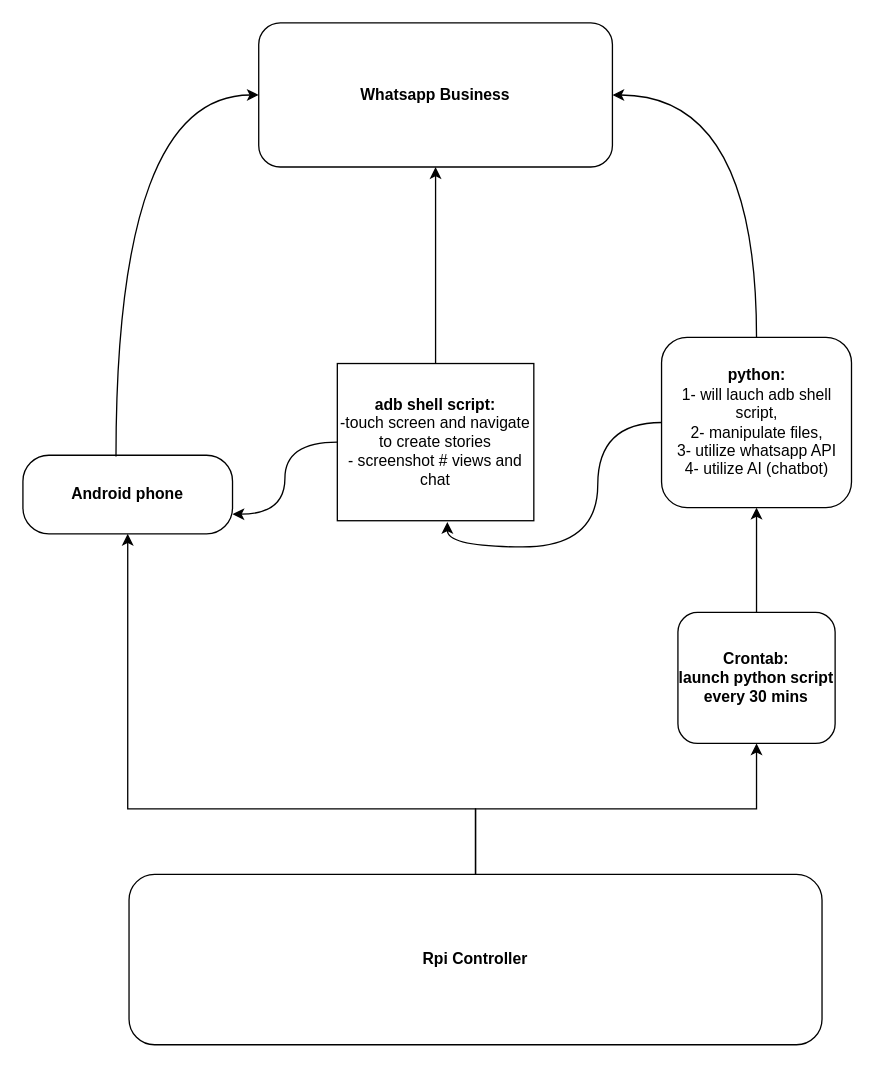
Earlier version of the draw.io diagram page "lvl 0: Overview" (1 of 4) of diagrams.drawio (skillz4real/laughing-guide). Source tidied: cells renumbered, new cells numbered last; positions are measured from the earlier drawing's top-left corner, leaving out a move shared by most shapes. Both pictures are drawn from the tidied source at 131%, with x=0, y=0 at pixel (22, 22).
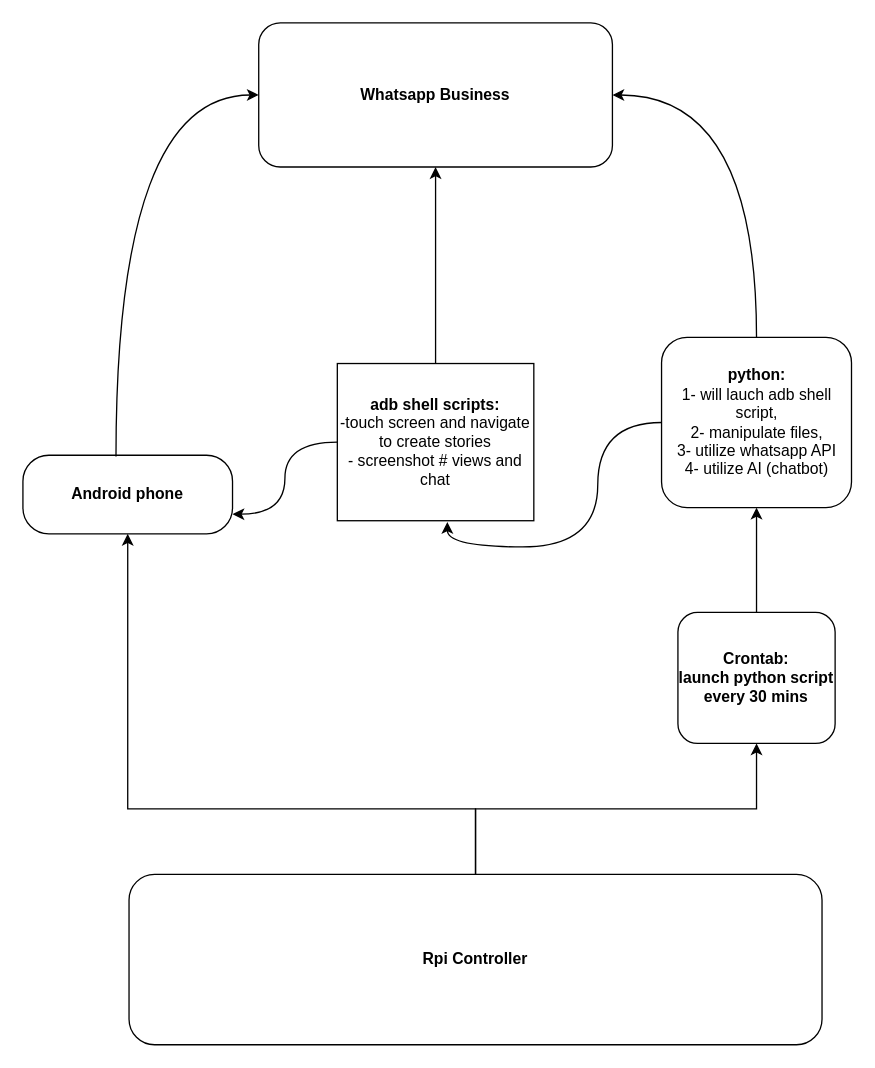
The same page after the edit.

Change to the diagram source:
```diff
@@
 <mxGraphModel>
   <root>
     <mxCell id="0" />
     <mxCell id="1" parent="0" />
     <mxCell id="2" style="edgeStyle=orthogonalEdgeStyle;rounded=0;jettySize=auto;html=1;exitX=0.5;exitY=0;exitDx=0;exitDy=0;" parent="1" edge="1" source="4" target="5">
       <mxGeometry relative="1" as="geometry">
         <Array as="points">
           <mxPoint x="346" y="600" />
           <mxPoint x="80" y="600" />
         </Array>
       </mxGeometry>
     </mxCell>
     <mxCell id="3" style="edgeStyle=orthogonalEdgeStyle;rounded=0;jettySize=auto;html=1;entryX=0.5;entryY=1;entryDx=0;entryDy=0;" parent="1" edge="1" source="4" target="13">
       <mxGeometry relative="1" as="geometry" />
     </mxCell>
     <mxCell id="4" value="&lt;b&gt;Rpi Controller&lt;/b&gt;" style="rounded=1;whiteSpace=wrap;html=1;" parent="1" vertex="1">
       <mxGeometry x="81" y="650" width="529" height="130" as="geometry" />
     </mxCell>
     <mxCell id="5" value="&lt;div&gt;&lt;b&gt;Android phone&lt;/b&gt;&lt;/div&gt;" style="rounded=1;whiteSpace=wrap;html=1;arcSize=33;" parent="1" vertex="1">
       <mxGeometry y="330" width="160" height="60" as="geometry" />
     </mxCell>
     <mxCell id="6" value="&lt;b&gt;Whatsapp Business&lt;/b&gt;" style="rounded=1;whiteSpace=wrap;html=1;" parent="1" vertex="1">
       <mxGeometry x="180" width="270" height="110" as="geometry" />
     </mxCell>
     <mxCell id="7" style="edgeStyle=orthogonalEdgeStyle;curved=1;jettySize=auto;html=1;entryX=0.56;entryY=1.008;entryDx=0;entryDy=0;entryPerimeter=0;" parent="1" edge="1" source="8" target="11">
       <mxGeometry relative="1" as="geometry" />
     </mxCell>
     <mxCell id="8" value="&lt;b&gt;python:&lt;/b&gt;&lt;br&gt;1- will lauch adb shell script, &lt;br&gt;2- manipulate files,&lt;br&gt;3- utilize whatsapp API&lt;br&gt;4- utilize AI (chatbot)" style="rounded=1;whiteSpace=wrap;html=1;" parent="1" vertex="1">
       <mxGeometry x="487.5" y="240" width="145" height="130" as="geometry" />
     </mxCell>
     <mxCell id="9" style="edgeStyle=orthogonalEdgeStyle;curved=1;jettySize=auto;html=1;entryX=0.5;entryY=1;entryDx=0;entryDy=0;" parent="1" edge="1" source="11" target="6">
       <mxGeometry relative="1" as="geometry" />
     </mxCell>
     <mxCell id="10" style="edgeStyle=orthogonalEdgeStyle;curved=1;jettySize=auto;html=1;entryX=1;entryY=0.75;entryDx=0;entryDy=0;" parent="1" edge="1" source="11" target="5">
       <mxGeometry relative="1" as="geometry" />
     </mxCell>
-    <mxCell id="11" value="&lt;b&gt;adb shell script:&lt;/b&gt;&lt;br&gt;-touch screen and navigate to create stories&lt;br&gt;- screenshot # views and chat" style="rounded=1;whiteSpace=wrap;html=1;arcSize=0;" parent="1" vertex="1">
+    <mxCell id="11" value="&lt;b&gt;adb shell scripts:&lt;/b&gt;&lt;br&gt;-touch screen and navigate to create stories&lt;br&gt;- screenshot # views and chat" style="rounded=1;whiteSpace=wrap;html=1;arcSize=0;" parent="1" vertex="1">
       <mxGeometry x="240" y="260" width="150" height="120" as="geometry" />
     </mxCell>
     <mxCell id="12" style="edgeStyle=orthogonalEdgeStyle;rounded=0;jettySize=auto;html=1;" parent="1" edge="1" source="13" target="8">
       <mxGeometry relative="1" as="geometry" />
     </mxCell>
     <mxCell id="13" value="&lt;b&gt;Crontab:&lt;br&gt;launch python script every 30 mins&lt;br&gt;&lt;/b&gt;" style="rounded=1;whiteSpace=wrap;html=1;" parent="1" vertex="1">
       <mxGeometry x="500" y="450" width="120" height="100" as="geometry" />
     </mxCell>
     <mxCell id="14" style="edgeStyle=orthogonalEdgeStyle;curved=1;jettySize=auto;html=1;exitX=0.444;exitY=0.017;exitDx=0;exitDy=0;exitPerimeter=0;entryX=0;entryY=0.5;entryDx=0;entryDy=0;" parent="1" edge="1" source="5" target="6">
       <mxGeometry relative="1" as="geometry" />
     </mxCell>
     <mxCell id="15" style="edgeStyle=orthogonalEdgeStyle;curved=1;jettySize=auto;html=1;exitX=0.5;exitY=0;exitDx=0;exitDy=0;entryX=1;entryY=0.5;entryDx=0;entryDy=0;" parent="1" edge="1" source="8" target="6">
       <mxGeometry relative="1" as="geometry" />
     </mxCell>
   </root>
 </mxGraphModel>
```
